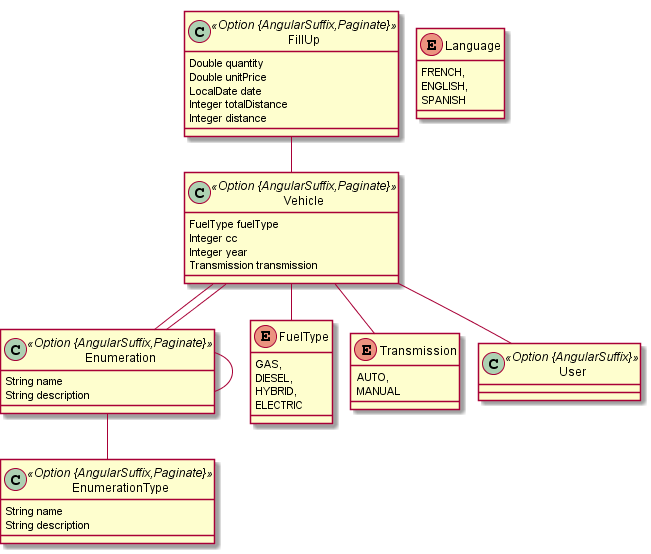
This is jhipster-jdl.png from hazerbaker/yakitanaliz, a PlantUML export, as it was before one commit.
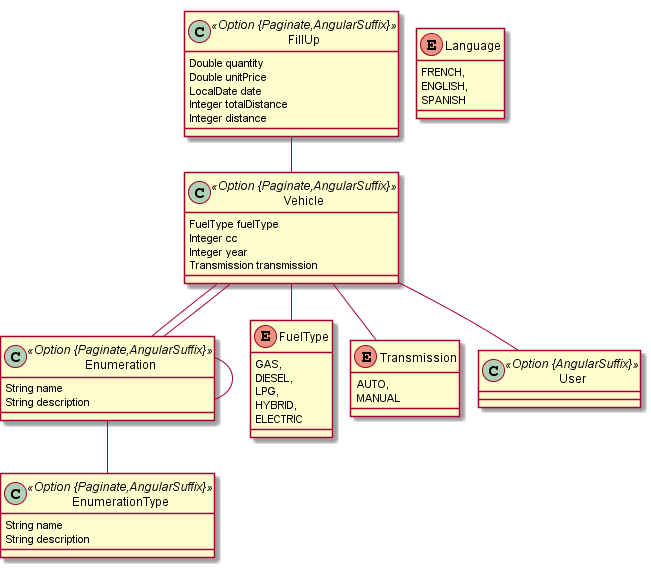
After the change.

Diff of the diagram source:
```diff
@@ -1,15 +1,15 @@
 @startuml
 	!pragma graphviz_dot jdot
 	!pragma syntax class
-	class EnumerationType <<Option {AngularSuffix,Paginate}>> {
+	class EnumerationType <<Option {Paginate,AngularSuffix}>> {
 		String name
 		String description
 	}
-	class Enumeration <<Option {AngularSuffix,Paginate}>> {
+	class Enumeration <<Option {Paginate,AngularSuffix}>> {
 		String name
 		String description
 	}
-	class Vehicle <<Option {AngularSuffix,Paginate}>> {
+	class Vehicle <<Option {Paginate,AngularSuffix}>> {
 		FuelType fuelType
 		Integer cc
 		Integer year
@@ -17,7 +17,7 @@
 	}
 	Vehicle ..> FuelType
 	Vehicle ..> Transmission
-	class FillUp <<Option {AngularSuffix,Paginate}>> {
+	class FillUp <<Option {Paginate,AngularSuffix}>> {
 		Double quantity
 		Double unitPrice
 		LocalDate date
@@ -32,6 +32,7 @@
 	enum FuelType {
 		GAS,
 		DIESEL,
+		LPG,
 		HYBRID,
 		ELECTRIC
 	}
```
